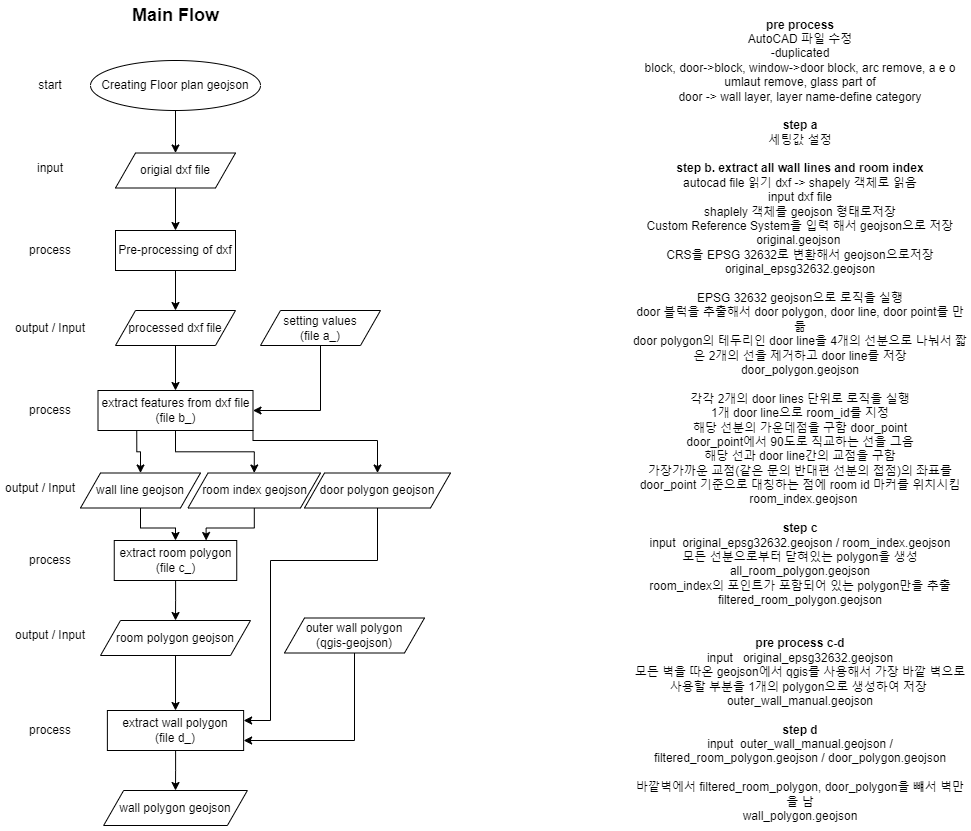
Before: flow_chart.drawio.png, a diagram exported from draw.io (chungkang/L5IN_task1). Source tidied: cells renumbered, new cells last; positions are measured from the earlier drawing's top-left corner, leaving out a move shared by most shapes.
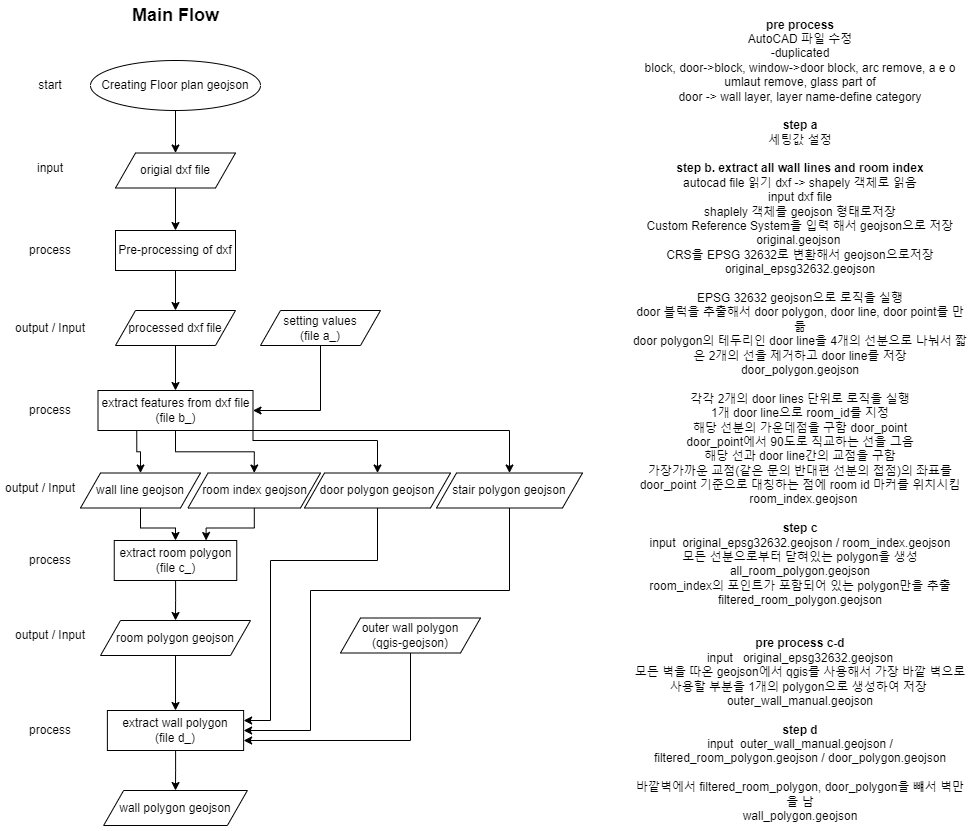
The same file after the commit.

Change to the diagram source:
```diff
@@ -64,6 +64,13 @@
         </Array>
       </mxGeometry>
     </mxCell>
+    <mxCell id="42" style="edgeStyle=orthogonalEdgeStyle;rounded=0;jettySize=auto;html=1;entryX=0.5;entryY=0;entryDx=0;entryDy=0;exitX=1;exitY=1;exitDx=0;exitDy=0;" parent="1" edge="1" source="21" target="44">
+      <mxGeometry relative="1" as="geometry">
+        <Array as="points">
+          <mxPoint x="509" y="430" />
+        </Array>
+      </mxGeometry>
+    </mxCell>
     <mxCell id="21" value="extract features from dxf file&lt;br&gt;(file b_)" style="rounded=0;whiteSpace=wrap;html=1;" parent="1" vertex="1">
       <mxGeometry x="97.5" y="390" width="155" height="40" as="geometry" />
     </mxCell>
@@ -101,7 +108,7 @@
       <mxGeometry relative="1" as="geometry" />
     </mxCell>
     <mxCell id="33" value="outer wall polygon&lt;br&gt;(qgis-geojson)" style="shape=parallelogram;perimeter=parallelogramPerimeter;whiteSpace=wrap;html=1;fixedSize=1;" parent="1" vertex="1">
-      <mxGeometry x="284" y="617.5" width="140" height="35" as="geometry" />
+      <mxGeometry x="340" y="617.5" width="140" height="35" as="geometry" />
     </mxCell>
     <mxCell id="34" style="edgeStyle=orthogonalEdgeStyle;rounded=0;jettySize=auto;html=1;entryX=0.5;entryY=0;entryDx=0;entryDy=0;fontSize=18;" parent="1" edge="1" source="35" target="41">
       <mxGeometry relative="1" as="geometry" />
@@ -133,5 +140,17 @@
     <mxCell id="41" value="wall polygon geojson" style="shape=parallelogram;perimeter=parallelogramPerimeter;whiteSpace=wrap;html=1;fixedSize=1;" parent="1" vertex="1">
       <mxGeometry x="103.1" y="790" width="143.8" height="35" as="geometry" />
     </mxCell>
+    <mxCell id="43" style="edgeStyle=orthogonalEdgeStyle;rounded=0;jettySize=auto;html=1;entryX=1;entryY=0.5;entryDx=0;entryDy=0;exitX=0.5;exitY=1;exitDx=0;exitDy=0;" parent="1" edge="1" source="44" target="35">
+      <mxGeometry relative="1" as="geometry">
+        <Array as="points">
+          <mxPoint x="509" y="590" />
+          <mxPoint x="310" y="590" />
+          <mxPoint x="310" y="730" />
+        </Array>
+      </mxGeometry>
+    </mxCell>
+    <mxCell id="44" value="stair polygon geojson" style="shape=parallelogram;perimeter=parallelogramPerimeter;whiteSpace=wrap;html=1;fixedSize=1;" parent="1" vertex="1">
+      <mxGeometry x="436" y="472.5" width="146" height="35" as="geometry" />
+    </mxCell>
   </root>
 </mxGraphModel>
```
